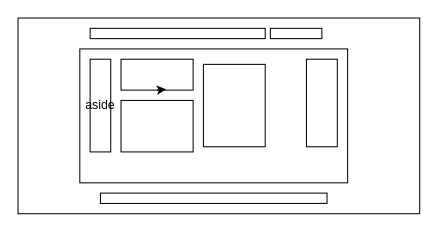
Earlier version of the draw.io diagram grid.dio (jass2k5/Modern-Unique-kungfu-panda-landing-page). Source tidied: cells renumbered, new cells numbered last; positions are measured from the earlier drawing's top-left corner, leaving out a move shared by most shapes. Both pictures are drawn from the tidied source at 103%, with x=0, y=0 at pixel (18, 18).
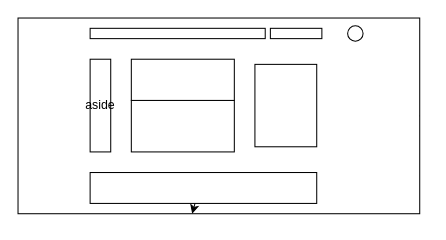
Above is the later version.

The edit, as a diff of the source:
```diff
@@
 <mxGraphModel>
   <root>
     <mxCell id="0" />
     <mxCell id="1" parent="0" />
     <mxCell id="2" style="edgeStyle=none;html=1;exitX=1;exitY=0.5;exitDx=0;exitDy=0;" parent="1" edge="1" source="3">
       <mxGeometry relative="1" as="geometry">
         <mxPoint x="240" y="95.2" as="targetPoint" />
       </mxGeometry>
     </mxCell>
     <mxCell id="3" style="rounded=0;whiteSpace=wrap;html=1;" parent="1" vertex="1">
       <mxGeometry width="390" height="190" as="geometry" />
     </mxCell>
-    <mxCell id="4" style="rounded=0;whiteSpace=wrap;html=1;" parent="1" vertex="1">
-      <mxGeometry x="60" y="30" width="260" height="130" as="geometry" />
-    </mxCell>
     <mxCell id="5" style="rounded=0;whiteSpace=wrap;html=1;" parent="1" vertex="1">
       <mxGeometry x="70" y="10" width="170" height="10" as="geometry" />
     </mxCell>
     <mxCell id="6" style="rounded=0;whiteSpace=wrap;html=1;" parent="1" vertex="1">
       <mxGeometry x="245" y="10" width="50" height="10" as="geometry" />
     </mxCell>
     <mxCell id="7" style="rounded=0;whiteSpace=wrap;html=1;direction=south;strokeColor=default;" parent="1" vertex="1">
       <mxGeometry x="70" y="40" width="20" height="90" as="geometry" />
     </mxCell>
-    <mxCell id="8" style="rounded=0;whiteSpace=wrap;html=1;" parent="1" vertex="1">
-      <mxGeometry x="100" y="40" width="70" height="30" as="geometry" />
-    </mxCell>
-    <mxCell id="9" style="edgeStyle=none;html=1;exitX=0.5;exitY=1;exitDx=0;exitDy=0;entryX=0.625;entryY=0.973;entryDx=0;entryDy=0;entryPerimeter=0;" parent="1" edge="1" source="8" target="8">
-      <mxGeometry relative="1" as="geometry" />
-    </mxCell>
     <mxCell id="10" style="rounded=0;whiteSpace=wrap;html=1;" parent="1" vertex="1">
-      <mxGeometry x="100" y="80" width="70" height="50" as="geometry" />
+      <mxGeometry x="110" y="80" width="100" height="50" as="geometry" />
     </mxCell>
     <mxCell id="11" style="rounded=0;whiteSpace=wrap;html=1;" parent="1" vertex="1">
-      <mxGeometry x="180" y="45" width="60" height="80" as="geometry" />
+      <mxGeometry x="230" y="45" width="60" height="80" as="geometry" />
     </mxCell>
-    <mxCell id="12" style="rounded=0;whiteSpace=wrap;html=1;" parent="1" vertex="1">
-      <mxGeometry x="280" y="40" width="30" height="85" as="geometry" />
-    </mxCell>
+    <mxCell id="15" style="edgeStyle=none;html=1;exitX=0.5;exitY=0;exitDx=0;exitDy=0;" parent="1" edge="1" source="13" target="3">
+      <mxGeometry relative="1" as="geometry" />
+    </mxCell>
     <mxCell id="13" style="rounded=0;whiteSpace=wrap;html=1;" parent="1" vertex="1">
-      <mxGeometry x="80" y="170" width="220" height="10" as="geometry" />
+      <mxGeometry x="70" y="150" width="220" height="30" as="geometry" />
     </mxCell>
     <mxCell id="14" value="aside" style="text;strokeColor=none;align=center;fillColor=none;html=1;verticalAlign=middle;whiteSpace=wrap;rounded=0;" parent="1" vertex="1">
       <mxGeometry x="50" y="70" width="60" height="30" as="geometry" />
     </mxCell>
+    <mxCell id="16" style="ellipse;whiteSpace=wrap;html=1;" parent="1" vertex="1">
+      <mxGeometry x="320" y="7.5" width="15" height="15" as="geometry" />
+    </mxCell>
+    <mxCell id="17" style="rounded=0;whiteSpace=wrap;html=1;" parent="1" vertex="1">
+      <mxGeometry x="110" y="40" width="100" height="40" as="geometry" />
+    </mxCell>
   </root>
 </mxGraphModel>
```
